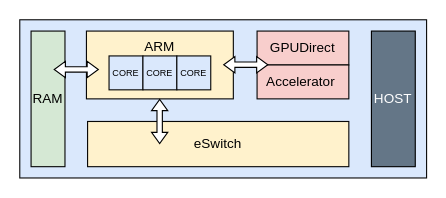
This is BF3_framwork.drawio from CHRIS123540/GPU, a draw.io file, before an edit. Source tidied: cells renumbered, new cells numbered last; positions are measured from the earlier drawing's top-left corner, leaving out a move shared by most shapes. Both pictures are drawn from the tidied source at 113%, with x=0, y=0 at pixel (19, 19).
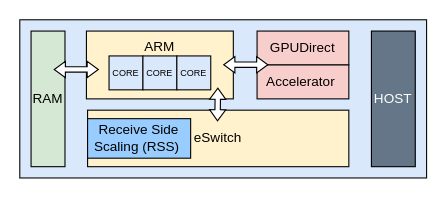
The same page after the edit.

Change to the diagram source:
```diff
@@
 <mxGraphModel>
   <root>
     <mxCell id="0" />
     <mxCell id="1" parent="0" />
     <mxCell id="2" style="rounded=0;whiteSpace=wrap;html=1;fillColor=#dae8fc;strokeColor=#0d0d0d;" parent="1" vertex="1">
       <mxGeometry width="360" height="140" as="geometry" />
     </mxCell>
+    <mxCell id="15" style="edgeStyle=orthogonalEdgeStyle;rounded=0;jettySize=auto;html=1;" parent="1" edge="1" source="3" target="10">
+      <mxGeometry relative="1" as="geometry" />
+    </mxCell>
     <mxCell id="3" value="eSwitch" style="rounded=0;whiteSpace=wrap;html=1;fillColor=#fff2cc;strokeColor=#080808;" parent="1" vertex="1">
-      <mxGeometry x="60" y="90" width="231.2" height="40" as="geometry" />
+      <mxGeometry x="60" y="80" width="231.2" height="50" as="geometry" />
     </mxCell>
     <mxCell id="4" value="ARM" style="rounded=0;whiteSpace=wrap;html=1;horizontal=1;verticalAlign=top;fillColor=#fff2cc;strokeColor=#080808;" parent="1" vertex="1">
       <mxGeometry x="59" y="10" width="130" height="60" as="geometry" />
     </mxCell>
     <mxCell id="5" value="&amp;nbsp;GPUDirect&amp;nbsp;" style="rounded=0;whiteSpace=wrap;html=1;fillColor=#f8cecc;strokeColor=#080808;" parent="1" vertex="1">
       <mxGeometry x="210" y="10" width="81.2" height="30" as="geometry" />
     </mxCell>
     <mxCell id="6" value="Accelerator&amp;nbsp;" style="rounded=0;whiteSpace=wrap;html=1;fillColor=#f8cecc;strokeColor=#080808;" parent="1" vertex="1">
       <mxGeometry x="210" y="40" width="81.2" height="30" as="geometry" />
     </mxCell>
     <mxCell id="7" value="RAM" style="rounded=0;whiteSpace=wrap;html=1;fillColor=#d5e8d4;strokeColor=#080808;" parent="1" vertex="1">
       <mxGeometry x="10" y="10" width="30" height="120" as="geometry" />
     </mxCell>
     <mxCell id="8" value="CORE" style="rounded=0;whiteSpace=wrap;html=1;fontSize=8;labelBackgroundColor=none;strokeColor=#080808;fillColor=#dae8fc;" parent="1" vertex="1">
       <mxGeometry x="79" y="32" width="30" height="30" as="geometry" />
     </mxCell>
     <mxCell id="9" value="CORE" style="rounded=0;whiteSpace=wrap;html=1;fontSize=8;labelBackgroundColor=none;strokeColor=#080808;fillColor=#dae8fc;" parent="1" vertex="1">
       <mxGeometry x="109" y="32" width="30" height="30" as="geometry" />
     </mxCell>
     <mxCell id="10" value="CORE" style="rounded=0;whiteSpace=wrap;html=1;fontSize=8;labelBackgroundColor=none;strokeColor=#080808;fillColor=#dae8fc;" parent="1" vertex="1">
       <mxGeometry x="139" y="32" width="30" height="30" as="geometry" />
     </mxCell>
     <mxCell id="11" value="HOST" style="rounded=0;whiteSpace=wrap;html=1;fillColor=#647687;fontColor=#ffffff;strokeColor=#000000;" parent="1" vertex="1">
       <mxGeometry x="311.2" y="10" width="38.8" height="120" as="geometry" />
     </mxCell>
     <mxCell id="12" style="shape=flexArrow;endArrow=classic;startArrow=classic;html=1;rounded=0;startWidth=8.571428571428571;startSize=2.954285714285714;endWidth=8.571428571428571;endSize=2.954285714285714;width=4.761904761904762;fillColor=default;" parent="1" edge="1">
       <mxGeometry relative="1" as="geometry">
         <mxPoint x="180" y="39.8" as="sourcePoint" />
         <mxPoint x="220" y="39.8" as="targetPoint" />
       </mxGeometry>
     </mxCell>
     <mxCell id="13" style="shape=flexArrow;endArrow=classic;startArrow=classic;html=1;rounded=0;startWidth=8.571428571428571;startSize=2.954285714285714;endWidth=8.571428571428571;endSize=2.954285714285714;width=4.761904761904762;fillColor=default;" parent="1" edge="1">
       <mxGeometry relative="1" as="geometry">
         <mxPoint x="30" y="44" as="sourcePoint" />
         <mxPoint x="70" y="44" as="targetPoint" />
       </mxGeometry>
     </mxCell>
+    <mxCell id="16" value="Receive Side Scaling (RSS)&amp;nbsp;" style="rounded=0;whiteSpace=wrap;html=1;fillColor=#99CCFF;strokeColor=#080808;" parent="1" vertex="1">
+      <mxGeometry x="60" y="87.5" width="91.2" height="35" as="geometry" />
+    </mxCell>
-    <mxCell id="14" style="shape=flexArrow;endArrow=classic;startArrow=classic;html=1;rounded=0;startWidth=8.571428571428571;startSize=2.954285714285714;endWidth=8.571428571428571;endSize=2.954285714285714;width=4.761904761904762;fillColor=default;exitX=0.5;exitY=0;exitDx=0;exitDy=0;entryX=0.5;entryY=1;entryDx=0;entryDy=0;" parent="1" edge="1">
+    <mxCell id="14" style="shape=flexArrow;endArrow=classic;startArrow=classic;html=1;rounded=0;startWidth=8.571428571428571;startSize=2.954285714285714;endWidth=8.571428571428571;endSize=2.954285714285714;width=4.761904761904762;fillColor=default;exitX=0.5;exitY=0;exitDx=0;exitDy=0;" parent="1" edge="1">
       <mxGeometry relative="1" as="geometry">
-        <mxPoint x="123.8" y="70" as="sourcePoint" />
-        <mxPoint x="123.8" y="110" as="targetPoint" />
+        <mxPoint x="175.3" y="60" as="sourcePoint" />
+        <mxPoint x="175" y="90" as="targetPoint" />
       </mxGeometry>
     </mxCell>
   </root>
 </mxGraphModel>
```
